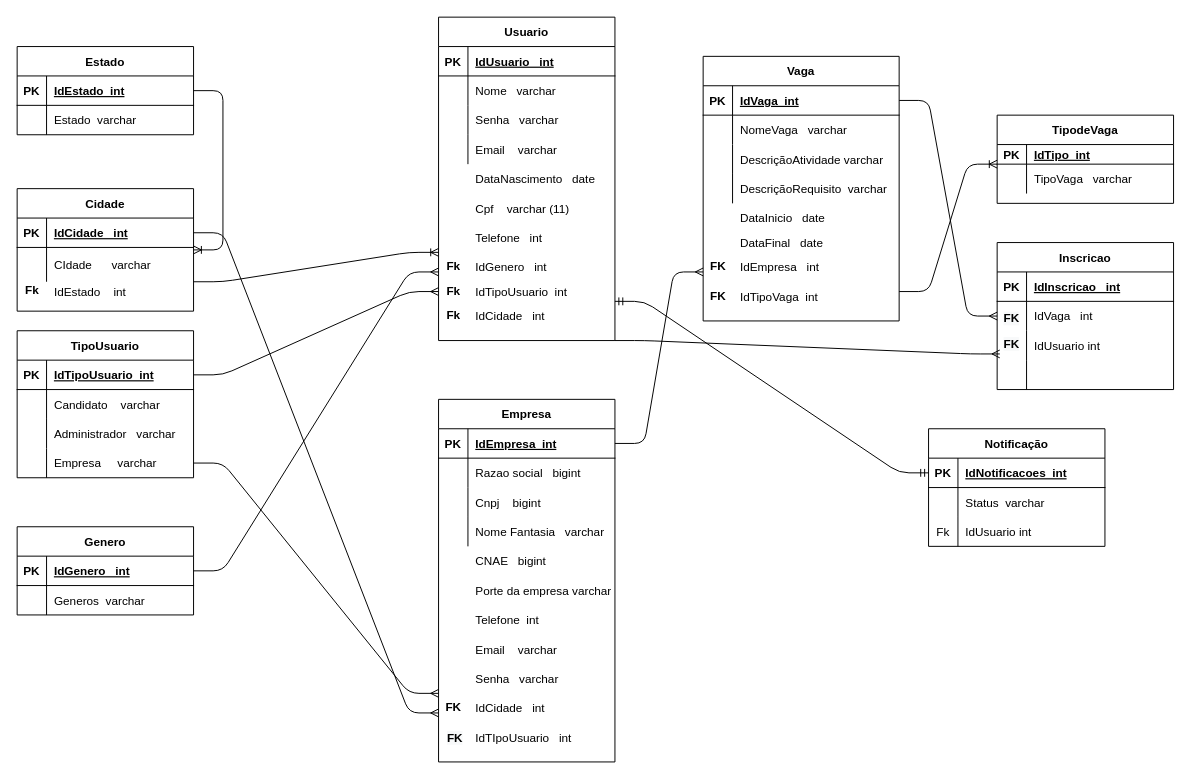
This is bd/MER/ModelagemBD/ModelagemLogica.drawio from pedrocecilio/Projeto_ProVagas, a draw.io file, before an edit. Source tidied: cells renumbered, new cells numbered last; positions are measured from the earlier drawing's top-left corner, leaving out a move shared by most shapes. Both pictures are drawn from the tidied source at 98%, with x=0, y=0 at pixel (17, 17).
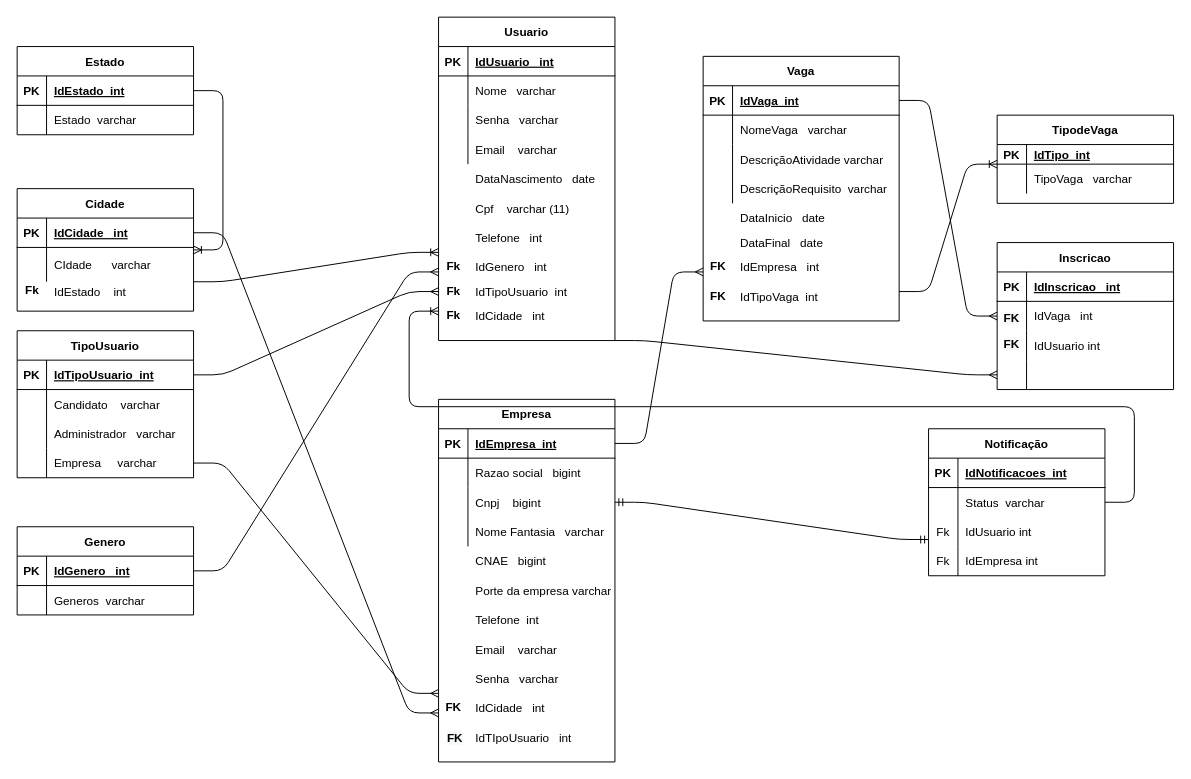
The same page after the edit.

Commit message (it also covers changes not shown here):
atualização benchmark e modelo lógico

Benchmark criado e modelo lógico atualizado

Unchanged cells that the change refers to:
```xml
<mxCell id="39" value="Usuario" style="shape=table;startSize=30;childLayout=tableLayout;rowLines=0;fontStyle=1;align=center;" parent="1" vertex="1">
  <mxGeometry x="430" width="180" height="330" as="geometry" />
</mxCell>
<mxCell id="59" style="shape=partialRectangle;fillColor=none;top=0;left=0;bottom=0;right=0;points=[[0,0.5],[1,0.5]];portConstraint=eastwest;" parent="52" vertex="1">
  <mxGeometry y="90" width="180" height="30" as="geometry" />
</mxCell>
<mxCell id="88" style="shape=partialRectangle;fillColor=none;top=0;left=0;bottom=0;right=0;points=[[0,0.5],[1,0.5]];portConstraint=eastwest;" parent="78" vertex="1">
  <mxGeometry y="120" width="180" height="30" as="geometry" />
</mxCell>
<mxCell id="118" style="shape=partialRectangle;fillColor=none;top=0;left=0;bottom=1;right=0;points=[[0,0.5],[1,0.5]];portConstraint=eastwest;" parent="117" vertex="1">
  <mxGeometry y="30" width="180" height="30" as="geometry" />
</mxCell>
<mxCell id="121" style="shape=partialRectangle;fillColor=none;top=0;left=0;bottom=0;right=0;points=[[0,0.5],[1,0.5]];portConstraint=eastwest;" parent="117" vertex="1">
  <mxGeometry y="60" width="180" height="30" as="geometry" />
</mxCell>
<mxCell id="124" style="shape=partialRectangle;fillColor=none;top=0;left=0;bottom=0;right=0;points=[[0,0.5],[1,0.5]];portConstraint=eastwest;" parent="117" vertex="1">
  <mxGeometry y="90" width="180" height="30" as="geometry" />
</mxCell>
```

The edit, as a diff of the source:
```diff
@@
-    <mxCell id="116" style="edgeStyle=entityRelationEdgeStyle;fontSize=12;html=1;endArrow=ERmandOne;startArrow=ERmandOne;entryX=0;entryY=0.5;entryDx=0;entryDy=0;" parent="1" edge="1" target="118">
-      <mxGeometry relative="1" as="geometry">
-        <mxPoint x="610" y="290" as="sourcePoint" />
-      </mxGeometry>
-    </mxCell>
     <mxCell id="117" value="Notificação" style="shape=table;startSize=30;childLayout=tableLayout;rowLines=0;fontStyle=1;align=center;" parent="1" vertex="1">
-      <mxGeometry x="930" y="420" width="180" height="120" as="geometry" />
+      <mxGeometry x="930" y="420" width="180" height="150" as="geometry" />
     </mxCell>
@@
+    <mxCell id="148" style="shape=partialRectangle;fillColor=none;top=0;left=0;bottom=0;right=0;" parent="117" vertex="1">
+      <mxGeometry y="120" width="180" height="30" as="geometry" />
+    </mxCell>
+    <mxCell id="149" value="Fk" style="shape=partialRectangle;fillColor=none;top=0;left=0;bottom=0;right=0;overflow=hidden;" parent="148" vertex="1">
+      <mxGeometry width="30" height="30" as="geometry" />
+    </mxCell>
+    <mxCell id="150" value="IdEmpresa int" style="shape=partialRectangle;fillColor=none;top=0;left=0;bottom=0;right=0;align=left;spacingLeft=6;overflow=hidden;" parent="148" vertex="1">
+      <mxGeometry x="30" width="150" height="30" as="geometry" />
+    </mxCell>
@@
-    <mxCell id="145" style="edgeStyle=entityRelationEdgeStyle;fontSize=12;html=1;endArrow=ERmany;exitX=1;exitY=1;exitDx=0;exitDy=0;entryX=0.015;entryY=-0.211;entryDx=0;entryDy=0;entryPerimeter=0;" parent="1" edge="1" source="39" target="88">
+    <mxCell id="145" style="edgeStyle=entityRelationEdgeStyle;fontSize=12;html=1;endArrow=ERmany;exitX=1;exitY=1;exitDx=0;exitDy=0;entryX=0;entryY=0.5;entryDx=0;entryDy=0;" parent="1" edge="1" source="39" target="88">
       <mxGeometry relative="1" as="geometry" />
     </mxCell>
@@
+    <mxCell id="151" style="edgeStyle=entityRelationEdgeStyle;fontSize=12;html=1;endArrow=ERmandOne;startArrow=ERmandOne;entryX=0;entryY=0.767;entryDx=0;entryDy=0;exitX=1;exitY=0.5;exitDx=0;exitDy=0;entryPerimeter=0;" parent="1" edge="1" source="59" target="124">
+      <mxGeometry relative="1" as="geometry" />
+    </mxCell>
+    <mxCell id="152" style="edgeStyle=entityRelationEdgeStyle;fontSize=12;html=1;endArrow=ERoneToMany;" parent="1" edge="1" source="121">
+      <mxGeometry relative="1" as="geometry">
+        <mxPoint x="430" y="300" as="targetPoint" />
+      </mxGeometry>
+    </mxCell>
```
